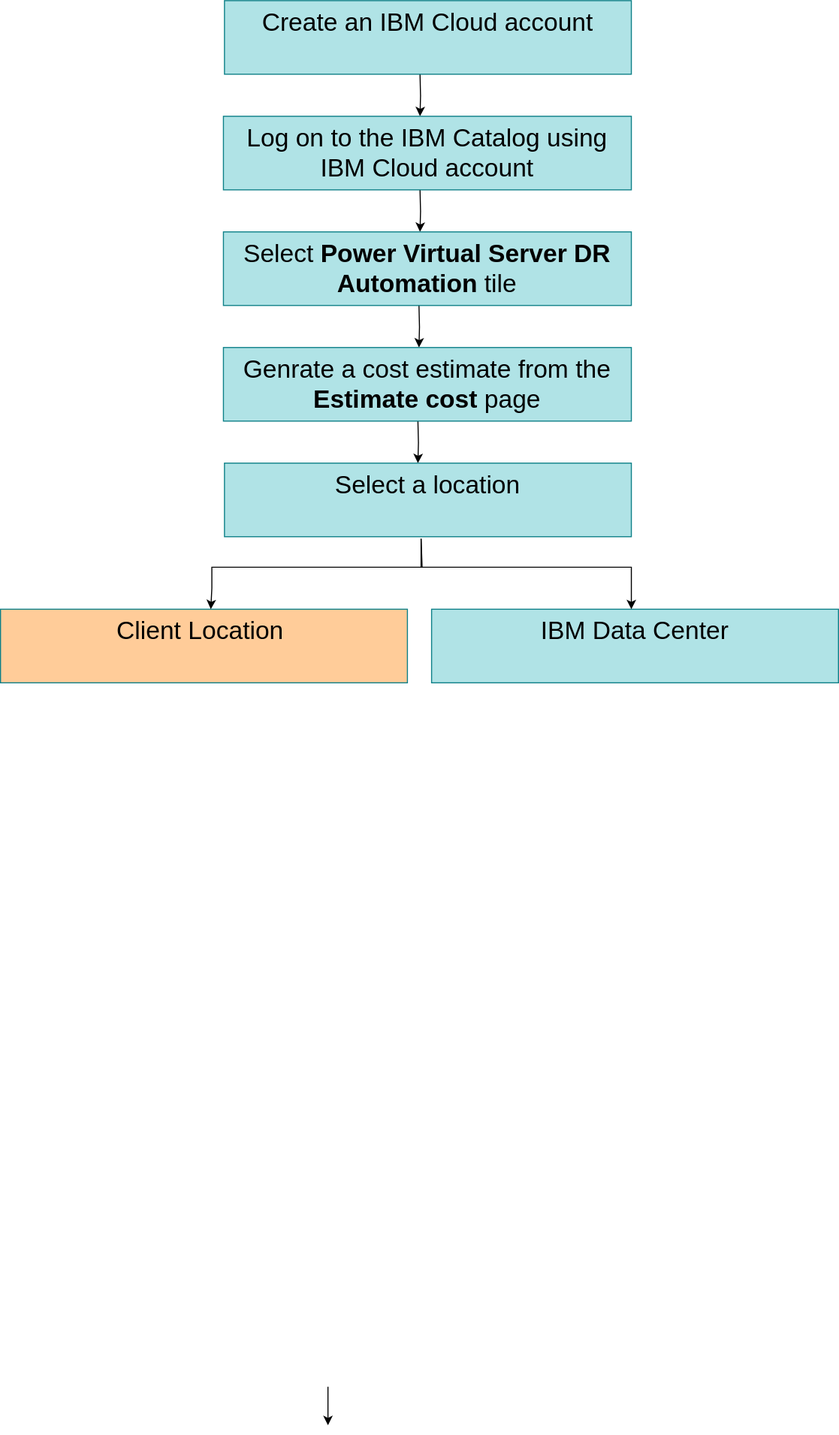
The draw.io diagram images/Flow-chart-drawio.svg in ibm-cloud-docs/dr-automation-powervs, before a commit. Source tidied: cells renumbered, new cells last; positions are measured from the earlier drawing's top-left corner, leaving out a move shared by most shapes.
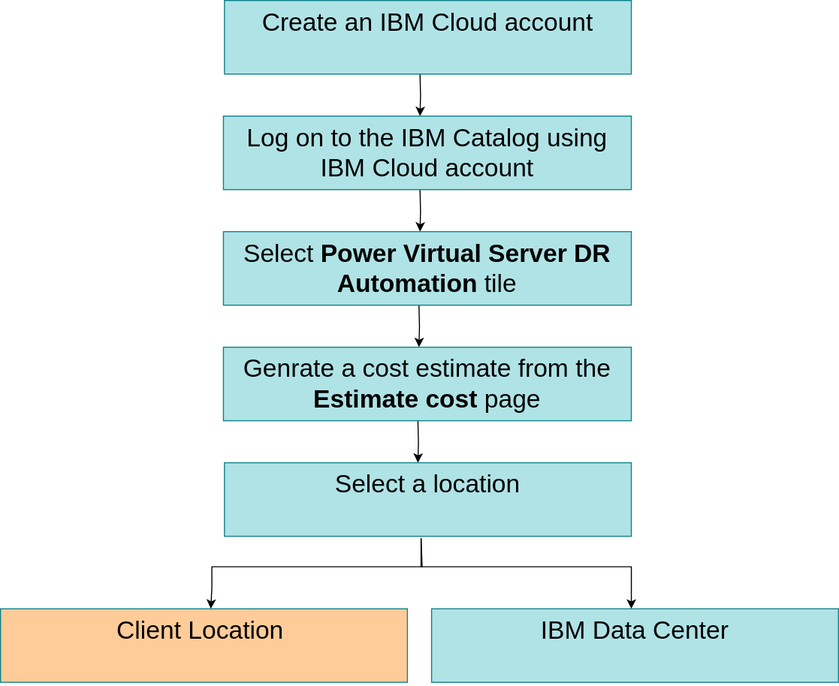
Later version of the same file.

The edit, as a diff of the source:
```diff
@@ -38,12 +38,6 @@
     <mxCell id="9" value="&lt;font style=&quot;font-size: 24px;&quot;&gt;Create an IBM Cloud account&lt;/font&gt;" style="text;html=1;whiteSpace=wrap;overflow=hidden;rounded=0;fillColor=#b0e3e6;strokeColor=#0e8088;align=center;" parent="1" vertex="1">
       <mxGeometry x="213" width="387" height="70" as="geometry" />
     </mxCell>
-    <mxCell id="10" style="endArrow=classic;html=1;rounded=0;exitX=0.452;exitY=1.01;exitDx=0;exitDy=0;exitPerimeter=0;entryX=0.452;entryY=-0.038;entryDx=0;entryDy=0;entryPerimeter=0;" parent="1" edge="1">
-      <mxGeometry relative="1" as="geometry">
-        <mxPoint x="311.4" y="1318.7" as="sourcePoint" />
-        <mxPoint x="311.4" y="1355.3" as="targetPoint" />
-      </mxGeometry>
-    </mxCell>
     <mxCell id="11" value="&lt;font style=&quot;font-size: 24px;&quot;&gt;Genrate a cost estimate from the &lt;b style=&quot;&quot;&gt;Estimate cost&lt;/b&gt; page&lt;/font&gt;" style="text;html=1;whiteSpace=wrap;overflow=hidden;rounded=0;fillColor=#b0e3e6;strokeColor=#0e8088;align=center;" parent="1" vertex="1">
       <mxGeometry x="212" y="330" width="388" height="70" as="geometry" />
     </mxCell>
```
